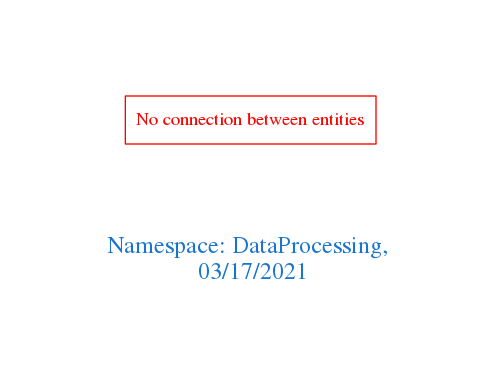
The Graphviz diagram downloads/DataProcessing.png in arago/OGIT, before a commit. Its source is kept beside it as downloads/DataProcessing.dot.
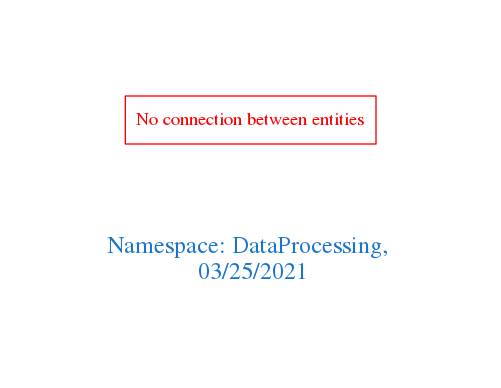
Later version of the same file.

Change to the diagram source:
```diff
@@ -1,7 +1,7 @@
 digraph OGIT_ontology {
  graph [ rankdir= LR,pad=1
 fontsize = 18,
-fontcolor= dodgerblue3,label = "\n\n\nNamespace: DataProcessing, \n 03/17/2021"];
+fontcolor= dodgerblue3,label = "\n\n\nNamespace: DataProcessing, \n 03/25/2021"];
 node[shape=polygon];
 edge [  color="gray81"];
 
```
